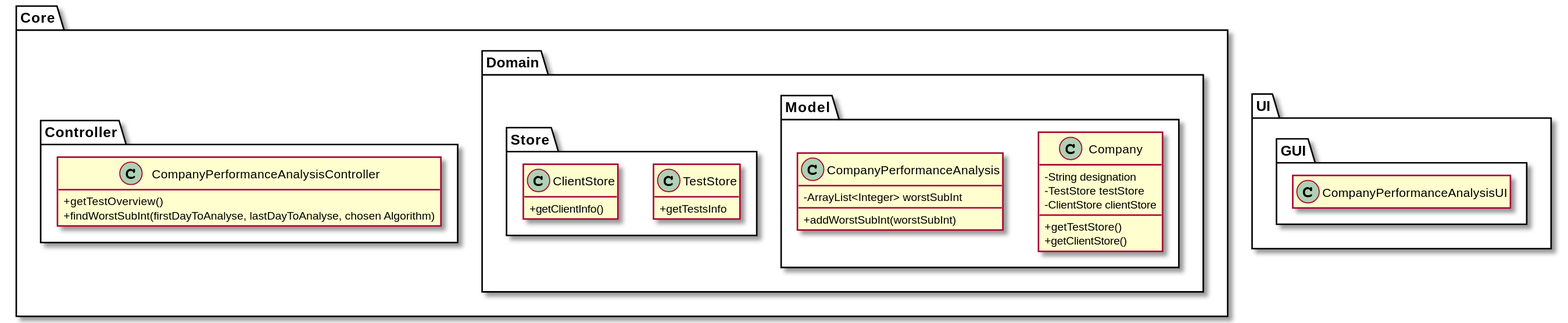
The PlantUML diagram docs/SprintD/US_16/US016_PD.svg in ana-albergaria/LAPR2-ISEP, before a commit. Source of this version:
```plantuml
@startuml
hide empty methods
hide empty attributes
skinparam classAttributeIconSize 0

package Core {

package Domain {

package Model{

class Company {
    -String designation
    -TestStore testStore
    -ClientStore clientStore
    +getTestStore()
    +getClientStore()
}

class CompanyPerformanceAnalysis{
-ArrayList<Integer> worstSubInt
+addWorstSubInt(worstSubInt)
}

}

package Store {

class TestStore {
+getTestsInfo
}

class ClientStore {
+getClientInfo()
}

}

}

package Controller {

class CompanyPerformanceAnalysisController{
+getTestOverview()
+findWorstSubInt(firstDayToAnalyse, lastDayToAnalyse, chosen Algorithm)
}

}

}

package UI {

package GUI {

class CompanyPerformanceAnalysisUI{
}

}

}

@enduml
```
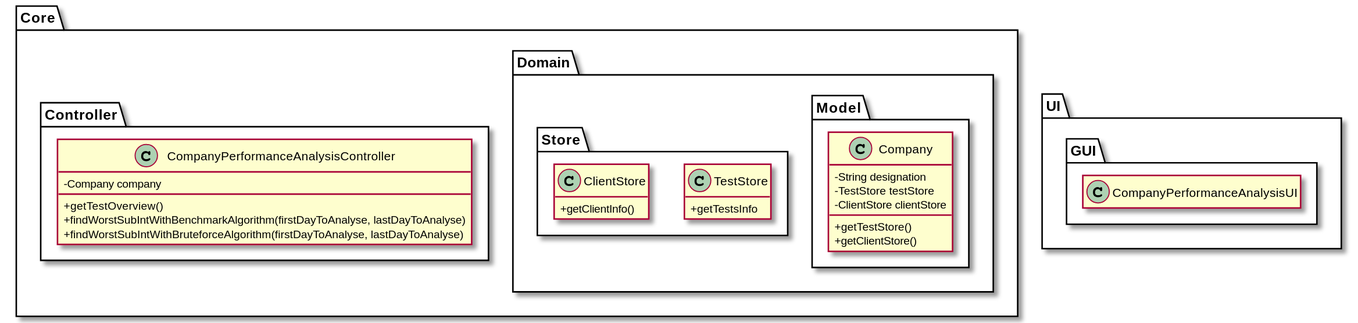
The same diagram one commit later.

What changed in the source:
```diff
@@ -15,11 +15,6 @@
     -ClientStore clientStore
     +getTestStore()
     +getClientStore()
-}
-
-class CompanyPerformanceAnalysis{
--ArrayList<Integer> worstSubInt
-+addWorstSubInt(worstSubInt)
 }
 
 }
@@ -41,8 +36,10 @@
 package Controller {
 
 class CompanyPerformanceAnalysisController{
-+getTestOverview()
-+findWorstSubInt(firstDayToAnalyse, lastDayToAnalyse, chosen Algorithm)
+    -Company company
+    +getTestOverview()
+    +findWorstSubIntWithBenchmarkAlgorithm(firstDayToAnalyse, lastDayToAnalyse)
+    +findWorstSubIntWithBruteforceAlgorithm(firstDayToAnalyse, lastDayToAnalyse)
 }
 
 }
```
